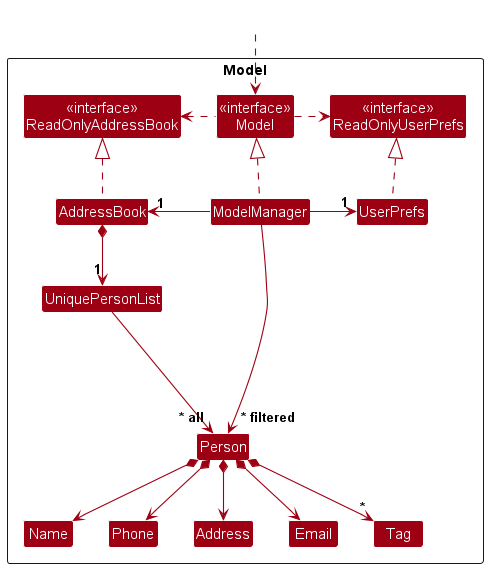
This is docs/images/ModelClassDiagram.png from nus-cs2103-AY2425S1/tp, a PlantUML export, as it was before one commit.
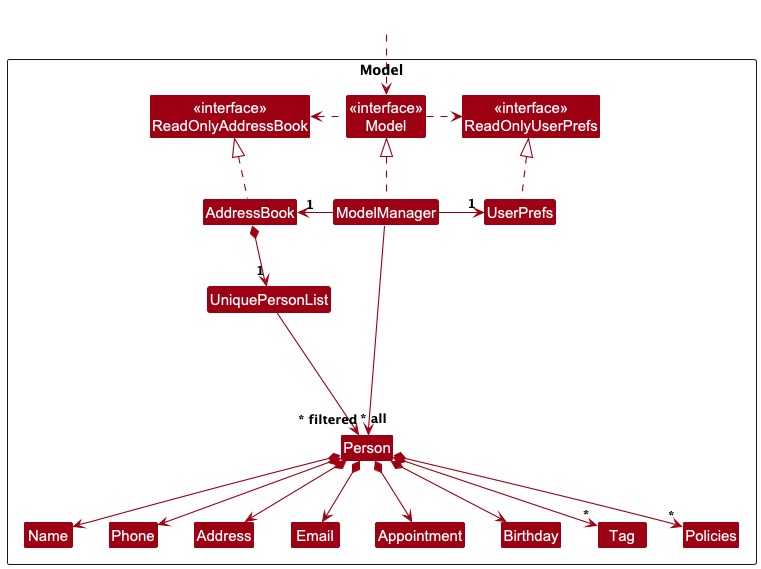
The same file after the commit.

Diff of the diagram source:
```diff
@@ -16,9 +16,12 @@
 Class Person
 Class Address
 Class Email
+Class Appointment
+Class Birthday
 Class Name
 Class Phone
 Class Tag
+Class Policies
 
 Class I #FFFFFF
 }
@@ -41,8 +44,10 @@
 Person *--> Phone
 Person *--> Email
 Person *--> Address
+Person *--> Appointment
+Person *--> Birthday
 Person *--> "*" Tag
-
+Person *--> "*" Policies
 Person -[hidden]up--> I
 UniquePersonList -[hidden]right-> I
 
```
